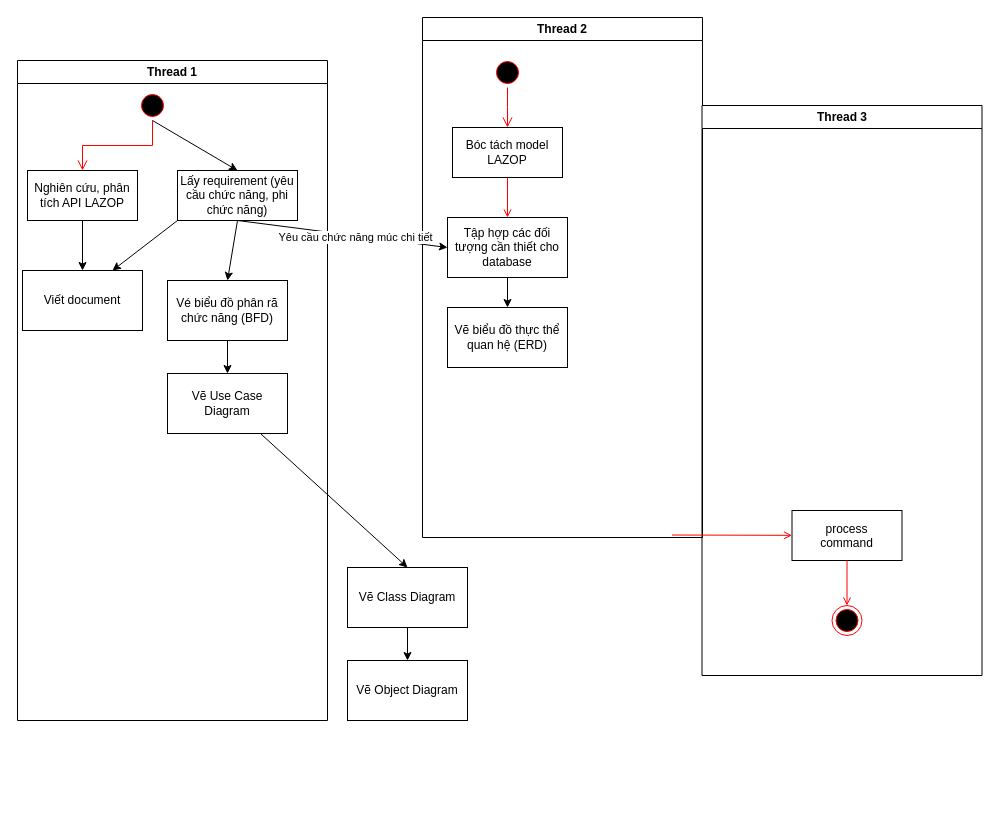
Above: page "Page-1" (1 of 2) of Untitled Diagram.drawio in xxminhmie/override-project-document (draw.io), before the change. Source tidied: cells renumbered, new cells numbered last; positions are measured from the earlier drawing's top-left corner, leaving out a move shared by most shapes. Both pictures are drawn from the tidied source at 100%, with x=0, y=0 at pixel (17, 17).
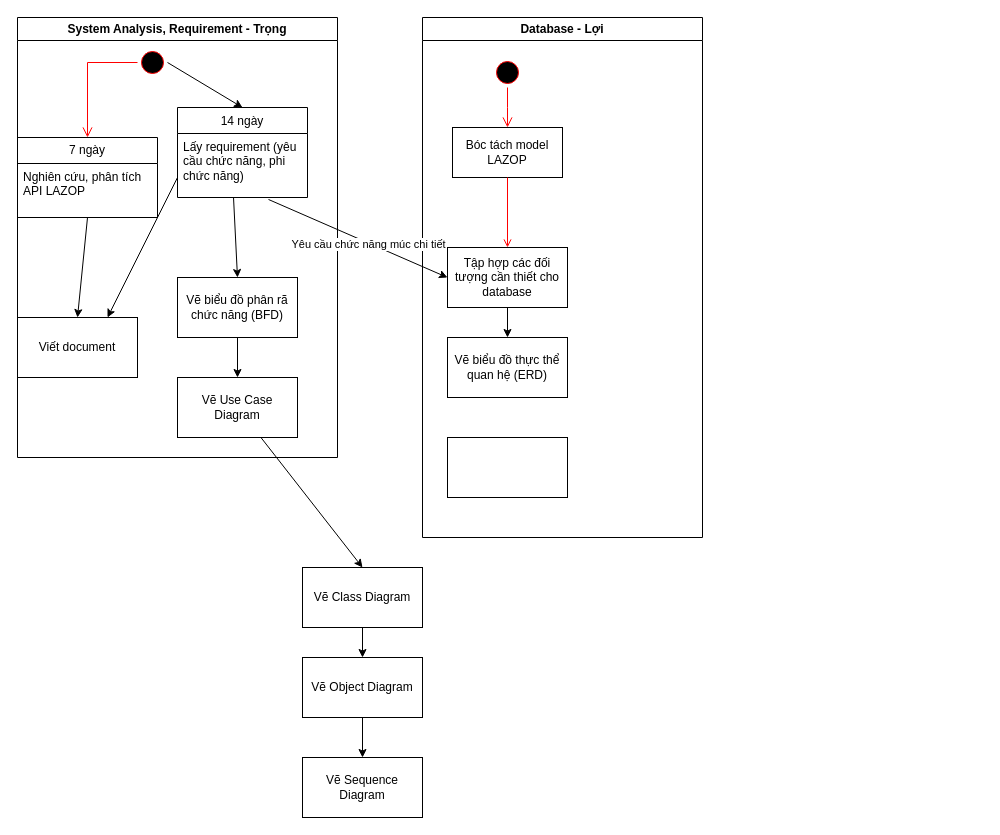
Above is the later version.

Unchanged cells that the change refers to:
```xml
<mxCell id="3" style="ellipse;shape=startState;fillColor=#000000;strokeColor=#ff0000;" parent="2" vertex="1">
  <mxGeometry x="120" y="30" width="30" height="30" as="geometry" />
</mxCell>
```

The edit, as a diff of the source:
```diff
@@
-    <mxCell id="2" value="Thread 1" style="swimlane;whiteSpace=wrap;" parent="1" vertex="1">
-      <mxGeometry y="43" width="310" height="660" as="geometry" />
+    <mxCell id="2" value="System Analysis, Requirement - Trọng" style="swimlane;whiteSpace=wrap;" parent="1" vertex="1">
+      <mxGeometry width="320" height="440" as="geometry" />
     </mxCell>
@@
-    <mxCell id="4" style="edgeStyle=elbowEdgeStyle;elbow=horizontal;verticalAlign=bottom;endArrow=open;endSize=8;strokeColor=#FF0000;endFill=1;rounded=0;" parent="2" edge="1" source="3" target="5">
-      <mxGeometry x="100" y="40" as="geometry" />
+    <mxCell id="4" style="edgeStyle=elbowEdgeStyle;elbow=horizontal;verticalAlign=bottom;endArrow=open;endSize=8;strokeColor=#FF0000;endFill=1;rounded=0;entryX=0.5;entryY=0;entryDx=0;entryDy=0;" parent="2" edge="1" source="3" target="35">
+      <mxGeometry x="100" y="40" as="geometry">
+        <Array as="points">
+          <mxPoint x="70" y="80" />
+        </Array>
+      </mxGeometry>
     </mxCell>
+    <mxCell id="34" value="14 ngày" style="swimlane;fontStyle=0;horizontal=1;startSize=26;fillColor=none;" parent="2" vertex="1">
+      <mxGeometry x="160" y="90" width="130" height="90" as="geometry" />
+    </mxCell>
+    <mxCell id="6" value="Lấy requirement (yêu cầu chức năng, phi chức năng)" style="text;strokeColor=none;fillColor=none;align=left;verticalAlign=top;spacingLeft=4;spacingRight=4;overflow=hidden;points=[[0,0.5],[1,0.5]];portConstraint=eastwest;whiteSpace=wrap;" parent="34" vertex="1">
+      <mxGeometry y="26" width="130" height="64" as="geometry" />
+    </mxCell>
+    <mxCell id="35" value="7 ngày" style="swimlane;fontStyle=0;horizontal=1;startSize=26;fillColor=none;whiteSpace=wrap;" parent="2" vertex="1">
+      <mxGeometry y="120" width="140" height="80" as="geometry" />
+    </mxCell>
-    <mxCell id="5" value="Nghiên cứu, phân tích API LAZOP" style="whiteSpace=wrap;" parent="2" vertex="1">
-      <mxGeometry x="10" y="110" width="110" height="50" as="geometry" />
+    <mxCell id="5" value="Nghiên cứu, phân tích API LAZOP" style="text;strokeColor=none;fillColor=none;align=left;verticalAlign=top;spacingLeft=4;spacingRight=4;overflow=hidden;points=[[0,0.5],[1,0.5]];portConstraint=eastwest;whiteSpace=wrap;" parent="35" vertex="1">
+      <mxGeometry y="26" width="140" height="54" as="geometry" />
     </mxCell>
-    <mxCell id="6" value="Lấy requirement (yêu cầu chức năng, phi chức năng)" style="rounded=0;whiteSpace=wrap;html=1;" parent="2" vertex="1">
-      <mxGeometry x="160" y="110" width="120" height="50" as="geometry" />
-    </mxCell>
-    <mxCell id="7" style="endArrow=classic;html=1;exitX=0.5;exitY=1;exitDx=0;exitDy=0;entryX=0.5;entryY=0;entryDx=0;entryDy=0;" parent="2" edge="1" source="3" target="6">
+    <mxCell id="7" style="endArrow=classic;html=1;exitX=1;exitY=0.5;exitDx=0;exitDy=0;entryX=0.5;entryY=0;entryDx=0;entryDy=0;" parent="2" edge="1" source="3" target="34">
       <mxGeometry relative="1" as="geometry" />
     </mxCell>
-    <mxCell id="8" value="Vé biểu đồ phân rã chức năng (BFD)" style="rounded=0;whiteSpace=wrap;html=1;" parent="2" vertex="1">
-      <mxGeometry x="150" y="220" width="120" height="60" as="geometry" />
+    <mxCell id="8" value="Vẽ biểu đồ phân rã chức năng (BFD)" style="rounded=0;whiteSpace=wrap;html=1;" parent="2" vertex="1">
+      <mxGeometry x="160" y="260" width="120" height="60" as="geometry" />
     </mxCell>
-    <mxCell id="9" style="endArrow=classic;html=1;entryX=0.5;entryY=0;entryDx=0;entryDy=0;exitX=0.5;exitY=1;exitDx=0;exitDy=0;" parent="2" edge="1" source="6" target="8">
+    <mxCell id="9" style="endArrow=classic;html=1;entryX=0.5;entryY=0;entryDx=0;entryDy=0;exitX=0.431;exitY=1;exitDx=0;exitDy=0;exitPerimeter=0;" parent="2" edge="1" source="6" target="8">
       <mxGeometry relative="1" as="geometry" />
     </mxCell>
     <mxCell id="10" value="Vẽ Use Case Diagram" style="rounded=0;whiteSpace=wrap;html=1;" parent="2" vertex="1">
-      <mxGeometry x="150" y="313" width="120" height="60" as="geometry" />
+      <mxGeometry x="160" y="360" width="120" height="60" as="geometry" />
     </mxCell>
@@
     <mxCell id="12" value="Viết document" style="rounded=0;whiteSpace=wrap;html=1;" parent="2" vertex="1">
-      <mxGeometry x="5" y="210" width="120" height="60" as="geometry" />
+      <mxGeometry y="300" width="120" height="60" as="geometry" />
     </mxCell>
-    <mxCell id="13" style="endArrow=classic;html=1;entryX=0.5;entryY=0;entryDx=0;entryDy=0;exitX=0.5;exitY=1;exitDx=0;exitDy=0;" parent="2" edge="1" source="5" target="12">
+    <mxCell id="13" style="endArrow=classic;html=1;entryX=0.5;entryY=0;entryDx=0;entryDy=0;exitX=0.5;exitY=1;exitDx=0;exitDy=0;" parent="2" edge="1" source="35" target="12">
       <mxGeometry relative="1" as="geometry" />
     </mxCell>
-    <mxCell id="14" style="endArrow=classic;html=1;entryX=0.75;entryY=0;entryDx=0;entryDy=0;exitX=0;exitY=1;exitDx=0;exitDy=0;" parent="2" edge="1" source="6" target="12">
-      <mxGeometry relative="1" as="geometry" />
+    <mxCell id="14" style="endArrow=classic;html=1;entryX=0.75;entryY=0;entryDx=0;entryDy=0;exitX=0;exitY=1;exitDx=0;exitDy=0;" parent="2" edge="1" target="12">
+      <mxGeometry relative="1" as="geometry">
+        <mxPoint x="160" y="160" as="sourcePoint" />
+      </mxGeometry>
     </mxCell>
-    <mxCell id="15" value="Thread 2" style="swimlane;whiteSpace=wrap;" parent="1" vertex="1">
+    <mxCell id="15" value="Database - Lợi" style="swimlane;whiteSpace=wrap;" parent="1" vertex="1">
       <mxGeometry x="405" width="280" height="520" as="geometry" />
     </mxCell>
@@
     <mxCell id="20" value="Tập hợp các đối tượng cần thiết cho database" style="rounded=0;whiteSpace=wrap;html=1;" parent="15" vertex="1">
-      <mxGeometry x="25" y="200" width="120" height="60" as="geometry" />
+      <mxGeometry x="25" y="230" width="120" height="60" as="geometry" />
     </mxCell>
     <mxCell id="21" value="Vẽ biểu đồ thực thể quan hệ (ERD)" style="rounded=0;whiteSpace=wrap;html=1;" parent="15" vertex="1">
-      <mxGeometry x="25" y="290" width="120" height="60" as="geometry" />
+      <mxGeometry x="25" y="320" width="120" height="60" as="geometry" />
     </mxCell>
@@
-    <mxCell id="23" value="Thread 3" style="swimlane;whiteSpace=wrap;" parent="1" vertex="1">
-      <mxGeometry x="684.5" y="88" width="280" height="570" as="geometry" />
-    </mxCell>
-    <mxCell id="24" value="process&#10;command" parent="23" vertex="1">
-      <mxGeometry x="90" y="405" width="110" height="50" as="geometry" />
-    </mxCell>
-    <mxCell id="25" style="edgeStyle=none;strokeColor=#FF0000;endArrow=open;endFill=1;rounded=0;" parent="23" edge="1" target="24">
-      <mxGeometry relative="1" as="geometry">
-        <mxPoint x="-30" y="429.5" as="sourcePoint" />
-      </mxGeometry>
-    </mxCell>
-    <mxCell id="26" style="ellipse;shape=endState;fillColor=#000000;strokeColor=#ff0000;" parent="23" vertex="1">
-      <mxGeometry x="130" y="500" width="30" height="30" as="geometry" />
-    </mxCell>
-    <mxCell id="27" style="endArrow=open;strokeColor=#FF0000;endFill=1;rounded=0;" parent="23" edge="1" source="24" target="26">
-      <mxGeometry relative="1" as="geometry" />
-    </mxCell>
+    <mxCell id="36" style="rounded=0;whiteSpace=wrap;html=1;" parent="15" vertex="1">
+      <mxGeometry x="25" y="420" width="120" height="60" as="geometry" />
+    </mxCell>
-    <mxCell id="28" style="endArrow=classic;html=1;exitX=0.5;exitY=1;exitDx=0;exitDy=0;entryX=0;entryY=0.5;entryDx=0;entryDy=0;" parent="1" edge="1" source="6" target="20">
+    <mxCell id="28" style="endArrow=classic;html=1;exitX=0.7;exitY=1.031;exitDx=0;exitDy=0;entryX=0;entryY=0.5;entryDx=0;entryDy=0;exitPerimeter=0;" parent="1" edge="1" source="6" target="20">
       <mxGeometry relative="1" as="geometry" />
     </mxCell>
@@
     <mxCell id="30" value="Vẽ Class Diagram" style="rounded=0;whiteSpace=wrap;html=1;" parent="1" vertex="1">
-      <mxGeometry x="330" y="550" width="120" height="60" as="geometry" />
+      <mxGeometry x="285" y="550" width="120" height="60" as="geometry" />
     </mxCell>
@@
     <mxCell id="32" value="Vẽ Object Diagram" style="rounded=0;whiteSpace=wrap;html=1;" parent="1" vertex="1">
-      <mxGeometry x="330" y="643" width="120" height="60" as="geometry" />
+      <mxGeometry x="285" y="640" width="120" height="60" as="geometry" />
     </mxCell>
@@
+    <mxCell id="37" value="&lt;div&gt;Vẽ Sequence Diagram&lt;/div&gt;" style="rounded=0;whiteSpace=wrap;html=1;" parent="1" vertex="1">
+      <mxGeometry x="285" y="740" width="120" height="60" as="geometry" />
+    </mxCell>
+    <mxCell id="38" style="endArrow=classic;html=1;exitX=0.5;exitY=1;exitDx=0;exitDy=0;entryX=0.5;entryY=0;entryDx=0;entryDy=0;" parent="1" edge="1" source="32" target="37">
+      <mxGeometry relative="1" as="geometry" />
+    </mxCell>
```
